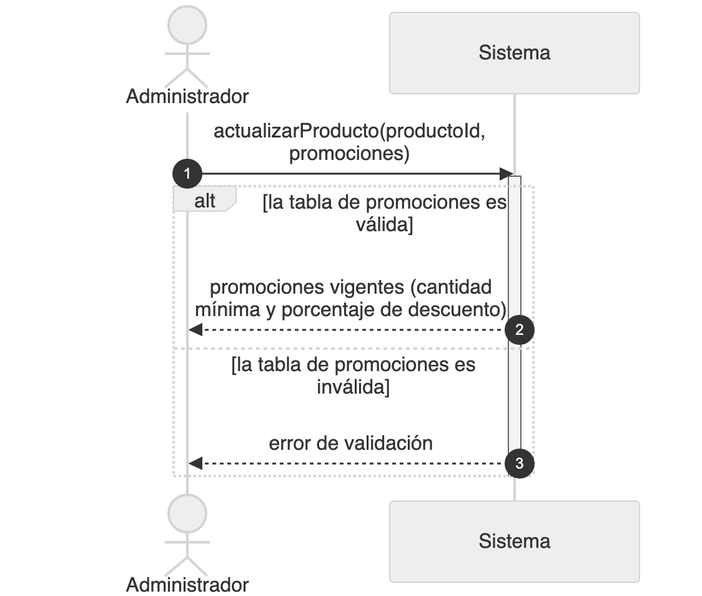
Earlier version of the Mermaid export diagramas/png/DSS_CU-039_Configurar-Promociones-Por-Cantidad.png (Nahuelito-Dev/splg-docs). Its source is kept beside it as diagramas/DSS_CU-039_Configurar-Promociones-Por-Cantidad.mmd.
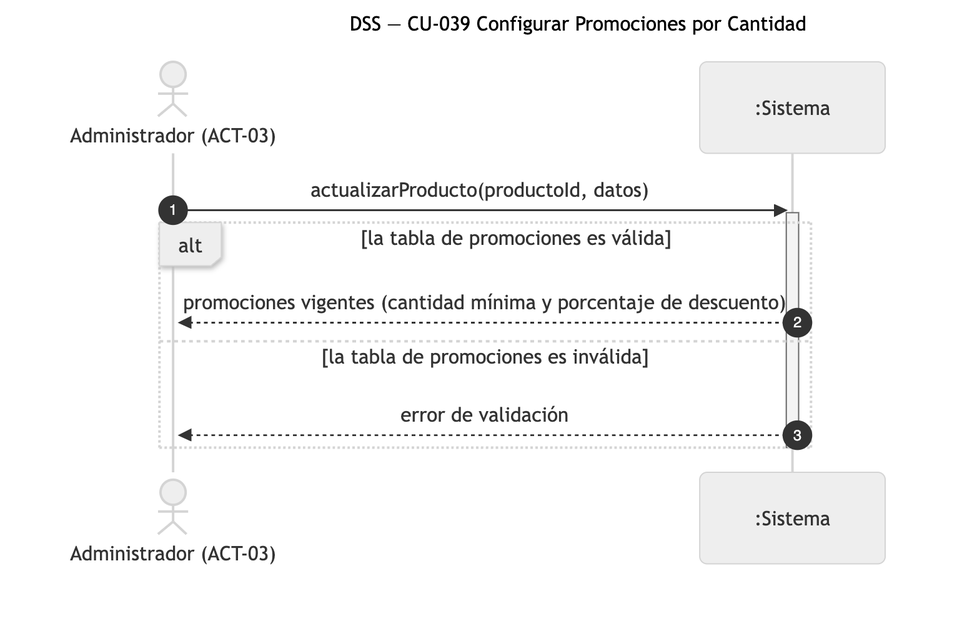
After the commit.

The edit, as a diff of the source:
```diff
@@ -1,10 +1,10 @@
 sequenceDiagram
-    title DSS — CU-039 Configurar Promociones Por Cantidad
+    title DSS — CU-039 Configurar Promociones por Cantidad
     autonumber
-    actor ADM as Administrador
-    participant SIS as Sistema
+    actor ADM as Administrador (ACT-03)
+    participant SIS as :Sistema
 
-    ADM->>SIS: actualizarProducto(productoId, promociones)
+    ADM->>SIS: actualizarProducto(productoId, datos)
     activate SIS
     alt la tabla de promociones es válida
         SIS-->>ADM: promociones vigentes (cantidad mínima y porcentaje de descuento)
```
